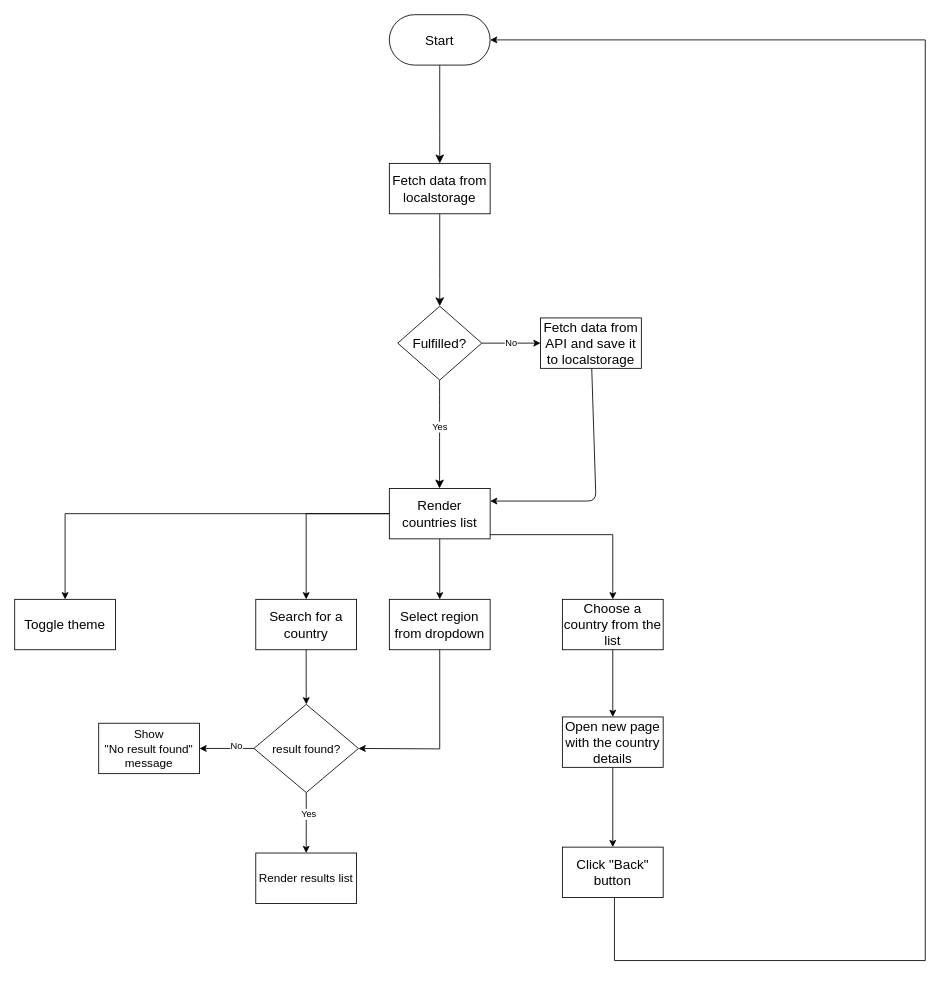
OsamaShaheen152/Around-the-world keeps this draw.io diagram as around-the-world.drawio. Above is the earlier version. Source tidied: cells renumbered, new cells numbered last; positions are measured from the earlier drawing's top-left corner, leaving out a move shared by most shapes. Both pictures are drawn from the tidied source at 84%, with x=0, y=0 at pixel (14, 14).
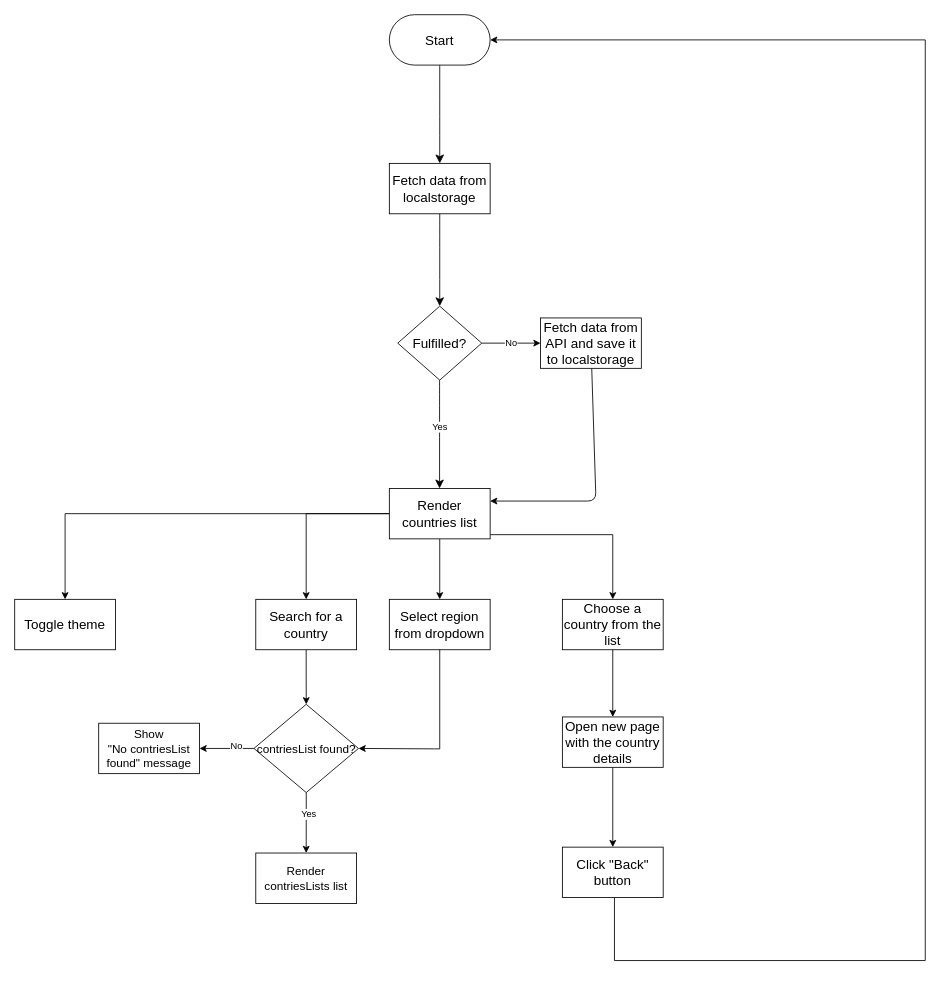
The same page after the edit.

Change to the diagram source:
```diff
@@
-    <mxCell id="26" value="result found?" style="rhombus;whiteSpace=wrap;html=1;fontSize=14;rounded=1;arcSize=0;" parent="1" vertex="1">
+    <mxCell id="26" value="contriesList found?" style="rhombus;whiteSpace=wrap;html=1;fontSize=14;rounded=1;arcSize=0;" parent="1" vertex="1">
       <mxGeometry x="284.8" y="821" width="124.5" height="105" as="geometry" />
     </mxCell>
-    <mxCell id="27" value="Show &lt;br&gt;&quot;No result found&quot; message" style="rounded=1;whiteSpace=wrap;html=1;fontSize=14;arcSize=0;" parent="1" vertex="1">
+    <mxCell id="27" value="Show &lt;br&gt;&quot;No contriesList found&quot; message" style="rounded=1;whiteSpace=wrap;html=1;fontSize=14;arcSize=0;" parent="1" vertex="1">
       <mxGeometry x="100" y="843.5" width="120" height="60" as="geometry" />
     </mxCell>
-    <mxCell id="28" value="Render results list" style="rounded=1;whiteSpace=wrap;html=1;fontSize=14;arcSize=0;" parent="1" vertex="1">
+    <mxCell id="28" value="Render contriesLists list" style="rounded=1;whiteSpace=wrap;html=1;fontSize=14;arcSize=0;" parent="1" vertex="1">
       <mxGeometry x="287" y="998" width="120" height="60" as="geometry" />
     </mxCell>
```
